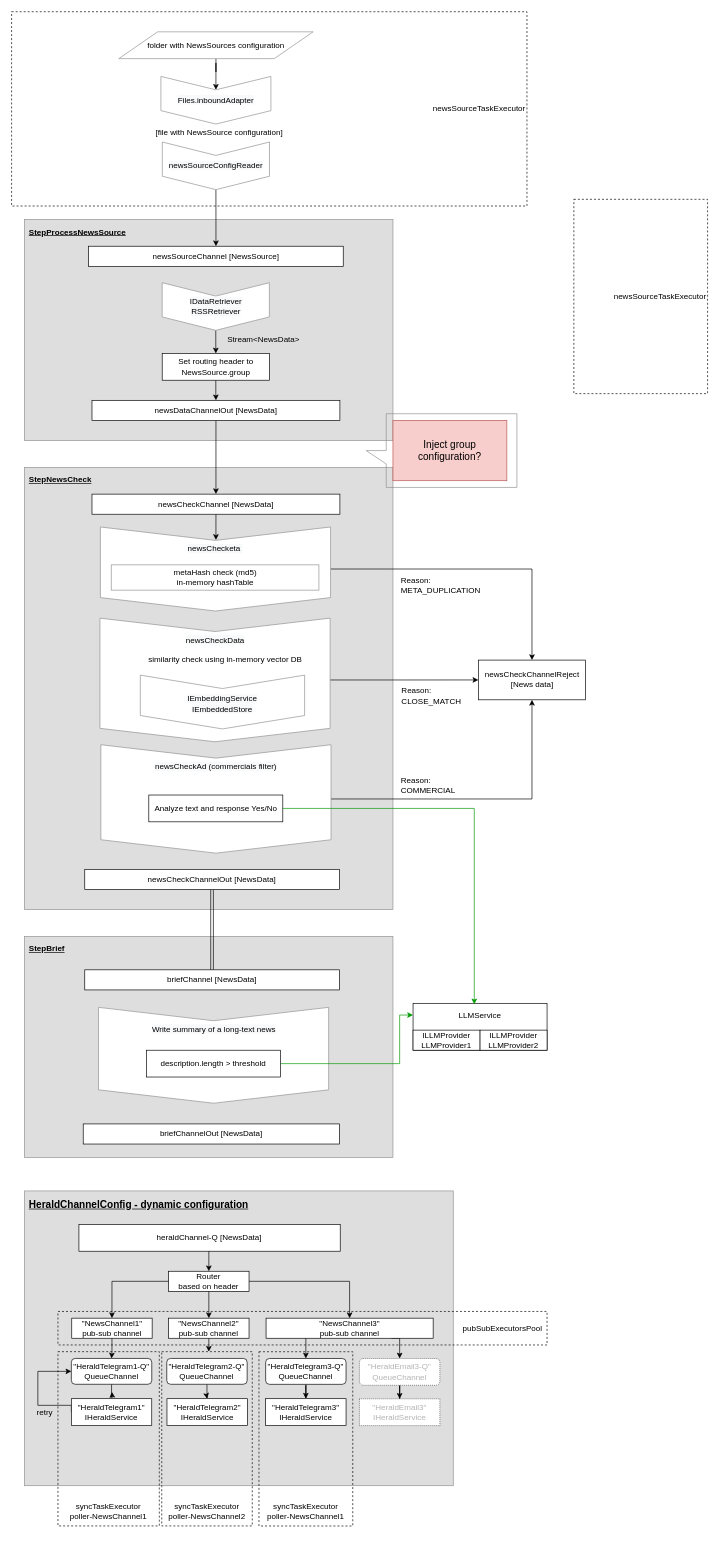
Earlier version of the draw.io diagram doc/llmka_flow_schema.drawio (Sevick/llmka). Source tidied: cells renumbered, new cells numbered last; positions are measured from the earlier drawing's top-left corner, leaving out a move shared by most shapes. Both pictures are drawn from the tidied source at 67%, with x=0, y=0 at pixel (11, 11).
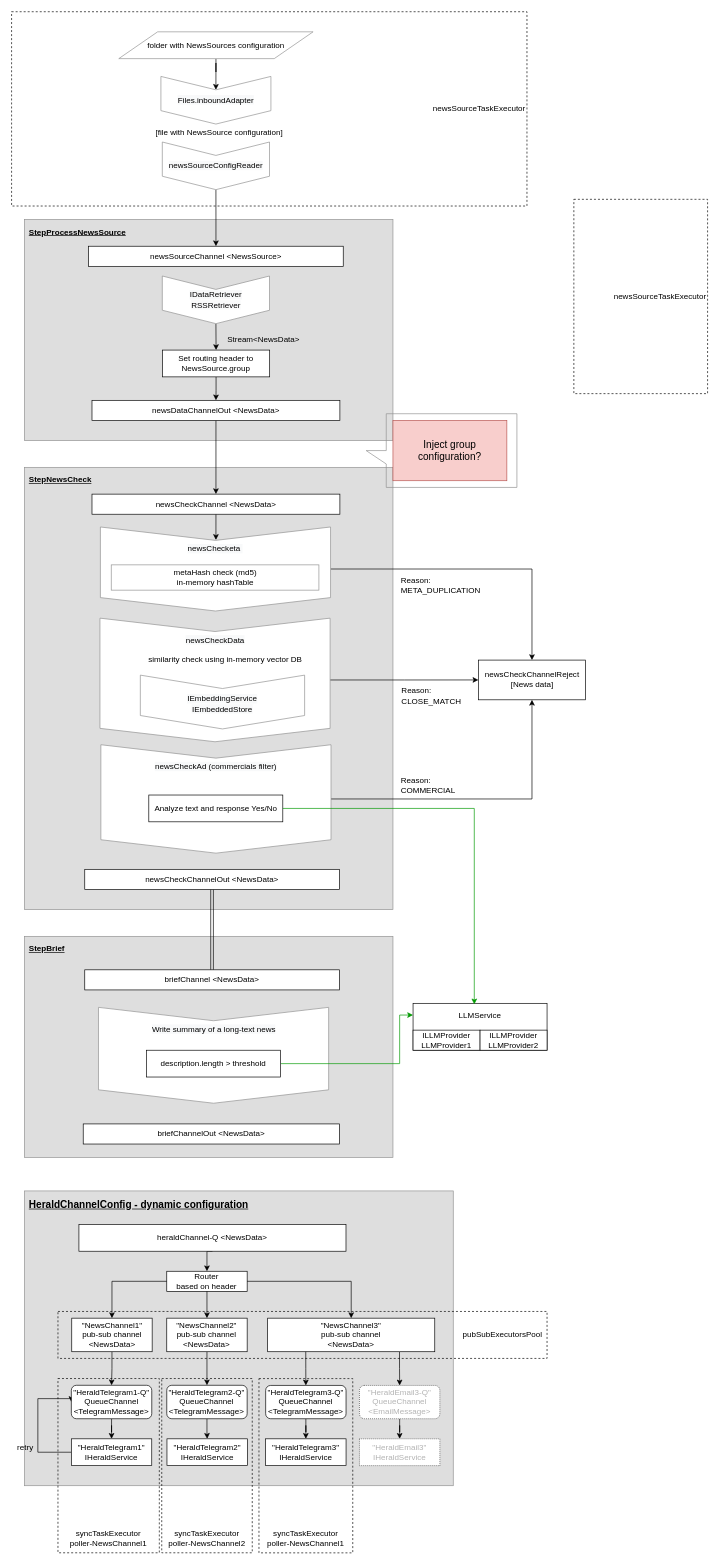
The same page after the edit.

Change to the diagram source:
```diff
@@
     <mxCell id="3" value="syncTaskExecutor&lt;br&gt;poller-NewsChannel1" style="rounded=0;whiteSpace=wrap;html=1;dashed=1;labelBackgroundColor=none;fillColor=none;fontColor=#000000;align=center;verticalAlign=bottom;spacingBottom=5;" parent="1" vertex="1">
-      <mxGeometry x="369" y="2000" width="140" height="260.1" as="geometry" />
+      <mxGeometry x="369" y="2040.1" width="140" height="260.1" as="geometry" />
     </mxCell>
     <mxCell id="4" value="syncTaskExecutor&lt;br&gt;poller-NewsChannel2" style="rounded=0;whiteSpace=wrap;html=1;dashed=1;labelBackgroundColor=none;fillColor=none;fontColor=#000000;align=center;verticalAlign=bottom;spacingBottom=5;" parent="1" vertex="1">
-      <mxGeometry x="223.9" y="1999.9" width="135.1" height="260.1" as="geometry" />
+      <mxGeometry x="223.9" y="2040" width="135.1" height="260.1" as="geometry" />
     </mxCell>
     <mxCell id="5" value="syncTaskExecutor&lt;br&gt;poller-NewsChannel1" style="rounded=0;whiteSpace=wrap;html=1;dashed=1;labelBackgroundColor=none;fillColor=none;fontColor=#000000;align=center;verticalAlign=bottom;spacingBottom=5;" parent="1" vertex="1">
-      <mxGeometry x="69" y="1999.9" width="151.3" height="260.1" as="geometry" />
+      <mxGeometry x="69" y="2040" width="151.3" height="260.1" as="geometry" />
     </mxCell>
     <mxCell id="6" value="pubSubExecutorsPool" style="rounded=0;whiteSpace=wrap;html=1;fontColor=#000000;dashed=1;align=right;spacingLeft=5;labelBackgroundColor=none;fillColor=none;spacingRight=5;" parent="1" vertex="1">
-      <mxGeometry x="69" y="1939.9" width="730" height="50" as="geometry" />
+      <mxGeometry x="69" y="1939.9" width="730" height="70.1" as="geometry" />
     </mxCell>
@@
-    <mxCell id="16" value="newsSourceChannel [NewsSource]" style="rounded=0;whiteSpace=wrap;html=1;" parent="1" vertex="1">
+    <mxCell id="16" value="newsSourceChannel &amp;lt;NewsSource&amp;gt;" style="rounded=0;whiteSpace=wrap;html=1;" parent="1" vertex="1">
       <mxGeometry x="114.8" y="350" width="380" height="30" as="geometry" />
     </mxCell>
@@
-    <mxCell id="19" value="newsDataChannelOut [NewsData]" style="rounded=0;whiteSpace=wrap;html=1;" parent="1" vertex="1">
+    <mxCell id="19" value="newsDataChannelOut &amp;lt;NewsData&amp;gt;" style="rounded=0;whiteSpace=wrap;html=1;" parent="1" vertex="1">
       <mxGeometry x="119.8" y="580" width="370" height="30" as="geometry" />
     </mxCell>
@@
-    <mxCell id="23" value="&quot;NewsChannel1&quot;&lt;br&gt;pub-sub channel" style="rounded=0;whiteSpace=wrap;html=1;" parent="1" vertex="1">
-      <mxGeometry x="89.6" y="1949.9" width="120" height="30" as="geometry" />
+    <mxCell id="23" value="&quot;NewsChannel1&quot;&lt;br&gt;pub-sub channel&lt;br&gt;&amp;lt;NewsData&amp;gt;" style="rounded=0;whiteSpace=wrap;html=1;" parent="1" vertex="1">
+      <mxGeometry x="89.6" y="1949.9" width="120" height="50.1" as="geometry" />
     </mxCell>
-    <mxCell id="24" style="edgeStyle=orthogonalEdgeStyle;rounded=0;jettySize=auto;html=1;" parent="1" edge="1" source="25">
-      <mxGeometry relative="1" as="geometry">
-        <mxPoint x="294" y="2000" as="targetPoint" />
-      </mxGeometry>
+    <mxCell id="24" style="edgeStyle=orthogonalEdgeStyle;rounded=0;jettySize=auto;html=1;entryX=0.5;entryY=0;entryDx=0;entryDy=0;" parent="1" edge="1" source="25" target="53">
+      <mxGeometry relative="1" as="geometry" />
     </mxCell>
-    <mxCell id="25" value="&quot;NewsChannel2&quot;&lt;br&gt;pub-sub channel" style="rounded=0;whiteSpace=wrap;html=1;" parent="1" vertex="1">
-      <mxGeometry x="234.2" y="1949.9" width="120" height="30" as="geometry" />
+    <mxCell id="25" value="&quot;NewsChannel2&quot;&lt;br&gt;pub-sub channel&lt;br&gt;&amp;lt;NewsData&amp;gt;" style="rounded=0;whiteSpace=wrap;html=1;" parent="1" vertex="1">
+      <mxGeometry x="231.4" y="1949.9" width="120" height="50.1" as="geometry" />
     </mxCell>
@@
-    <mxCell id="27" style="edgeStyle=orthogonalEdgeStyle;rounded=0;jettySize=auto;html=1;entryX=0.5;entryY=0;entryDx=0;entryDy=0;exitX=0.75;exitY=1;exitDx=0;exitDy=0;" parent="1" edge="1" source="28" target="77">
+    <mxCell id="27" style="edgeStyle=orthogonalEdgeStyle;rounded=0;jettySize=auto;html=1;entryX=0.5;entryY=0;entryDx=0;entryDy=0;exitX=0.789;exitY=1.007;exitDx=0;exitDy=0;exitPerimeter=0;" parent="1" edge="1" source="28" target="77">
       <mxGeometry relative="1" as="geometry" />
     </mxCell>
-    <mxCell id="28" value="&quot;NewsChannel3&quot;&lt;br&gt;pub-sub channel" style="rounded=0;whiteSpace=wrap;html=1;" parent="1" vertex="1">
-      <mxGeometry x="379.6" y="1949.9" width="249.4" height="30" as="geometry" />
+    <mxCell id="28" value="&quot;NewsChannel3&quot;&lt;br&gt;pub-sub channel&lt;br&gt;&amp;lt;NewsData&amp;gt;" style="rounded=0;whiteSpace=wrap;html=1;" parent="1" vertex="1">
+      <mxGeometry x="382" y="1949.9" width="249.4" height="50.1" as="geometry" />
     </mxCell>
     <mxCell id="29" value="Router&lt;br&gt;based on header" style="rounded=0;whiteSpace=wrap;html=1;" parent="1" vertex="1">
-      <mxGeometry x="234.2" y="1879.9" width="120" height="30" as="geometry" />
+      <mxGeometry x="231.4" y="1879.9" width="120" height="30" as="geometry" />
     </mxCell>
@@
     <mxCell id="31" value="Set routing header to NewsSource.group" style="rounded=0;whiteSpace=wrap;html=1;" parent="1" vertex="1">
-      <mxGeometry x="224.6" y="510" width="160" height="40" as="geometry" />
+      <mxGeometry x="225" y="505" width="160" height="40" as="geometry" />
     </mxCell>
     <mxCell id="32" value="&quot;HeraldTelegram2&quot;&lt;br&gt;IHeraldService" style="rounded=0;whiteSpace=wrap;html=1;" parent="1" vertex="1">
-      <mxGeometry x="231.7" y="2070.1" width="120" height="40" as="geometry" />
+      <mxGeometry x="231.7" y="2130" width="120" height="40" as="geometry" />
     </mxCell>
     <mxCell id="33" style="edgeStyle=orthogonalEdgeStyle;rounded=0;jettySize=auto;html=1;exitX=0;exitY=0.5;exitDx=0;exitDy=0;entryX=0;entryY=0.5;entryDx=0;entryDy=0;" parent="1" edge="1" source="36" target="51">
       <mxGeometry relative="1" as="geometry">
         <Array as="points">
-          <mxPoint x="89" y="2080" />
-          <mxPoint x="39" y="2080" />
-          <mxPoint x="39" y="2029" />
+          <mxPoint x="39" y="2150" />
+          <mxPoint x="39" y="2070" />
         </Array>
       </mxGeometry>
     </mxCell>
@@
     <mxCell id="35" value="&quot;HeraldTelegram3&quot;&lt;br&gt;IHeraldService&lt;br&gt;" style="rounded=0;whiteSpace=wrap;html=1;" parent="1" vertex="1">
-      <mxGeometry x="379" y="2070.1" width="120" height="40" as="geometry" />
+      <mxGeometry x="379" y="2130" width="120" height="40" as="geometry" />
     </mxCell>
     <mxCell id="36" value="&quot;HeraldTelegram1&quot;&lt;br&gt;IHeraldService&lt;br&gt;" style="rounded=0;whiteSpace=wrap;html=1;" parent="1" vertex="1">
-      <mxGeometry x="89" y="2070.1" width="120" height="40" as="geometry" />
+      <mxGeometry x="89" y="2130" width="120" height="40" as="geometry" />
     </mxCell>
@@
     <mxCell id="42" value="&lt;span style=&quot;white-space: normal ; background-color: rgb(248 , 249 , 250)&quot;&gt;IDataRetriever&lt;br&gt;RSSRetriever&lt;br&gt;&lt;/span&gt;" style="shape=step;perimeter=stepPerimeter;whiteSpace=wrap;html=1;fixedSize=1;strokeColor=#919191;rotation=90;horizontal=0;" parent="1" vertex="1">
-      <mxGeometry x="269" y="360" width="71.1" height="160" as="geometry" />
+      <mxGeometry x="269.2" y="350" width="71.1" height="160" as="geometry" />
     </mxCell>
@@
-    <mxCell id="47" value="newsCheckChannel [NewsData]" style="rounded=0;whiteSpace=wrap;html=1;" parent="1" vertex="1">
+    <mxCell id="47" value="newsCheckChannel &amp;lt;NewsData&amp;gt;" style="rounded=0;whiteSpace=wrap;html=1;" parent="1" vertex="1">
       <mxGeometry x="119.8" y="720" width="370" height="30" as="geometry" />
     </mxCell>
@@
-    <mxCell id="49" value="heraldChannel-Q [NewsData]" style="rounded=0;whiteSpace=wrap;html=1;" parent="1" vertex="1">
-      <mxGeometry x="100.3" y="1810" width="390" height="40" as="geometry" />
+    <mxCell id="49" value="heraldChannel-Q &amp;lt;NewsData&amp;gt;" style="rounded=0;whiteSpace=wrap;html=1;" parent="1" vertex="1">
+      <mxGeometry x="100.3" y="1810" width="398.6" height="40" as="geometry" />
     </mxCell>
-    <mxCell id="50" style="edgeStyle=orthogonalEdgeStyle;rounded=0;jettySize=auto;html=1;" parent="1" edge="1" source="51">
-      <mxGeometry relative="1" as="geometry">
-        <mxPoint x="149.6" y="2060" as="targetPoint" />
-      </mxGeometry>
+    <mxCell id="50" style="edgeStyle=orthogonalEdgeStyle;rounded=0;jettySize=auto;html=1;entryX=0.5;entryY=0;entryDx=0;entryDy=0;" parent="1" edge="1" source="51" target="36">
+      <mxGeometry relative="1" as="geometry" />
     </mxCell>
-    <mxCell id="51" value="&quot;HeraldTelegram1-Q&quot;&lt;br&gt;QueueChannel" style="rounded=1;whiteSpace=wrap;html=1;" parent="1" vertex="1">
-      <mxGeometry x="89" y="2010" width="120" height="38.6" as="geometry" />
+    <mxCell id="51" value="&quot;HeraldTelegram1-Q&quot;&lt;br&gt;QueueChannel&lt;br&gt;&amp;lt;TelegramMessage&amp;gt;" style="rounded=1;whiteSpace=wrap;html=1;" parent="1" vertex="1">
+      <mxGeometry x="89" y="2050.1" width="120" height="49.9" as="geometry" />
     </mxCell>
@@
-    <mxCell id="53" value="&quot;HeraldTelegram2-Q&quot;&lt;br&gt;QueueChannel" style="rounded=1;whiteSpace=wrap;html=1;" parent="1" vertex="1">
-      <mxGeometry x="231.4" y="2010" width="120" height="38.6" as="geometry" />
+    <mxCell id="53" value="&quot;HeraldTelegram2-Q&quot;&lt;br&gt;QueueChannel&lt;br&gt;&amp;lt;TelegramMessage&amp;gt;" style="rounded=1;whiteSpace=wrap;html=1;" parent="1" vertex="1">
+      <mxGeometry x="231.4" y="2050.1" width="120" height="49.9" as="geometry" />
     </mxCell>
@@
-    <mxCell id="55" value="&quot;HeraldTelegram3-Q&quot;&lt;br&gt;QueueChannel" style="rounded=1;whiteSpace=wrap;html=1;" parent="1" vertex="1">
-      <mxGeometry x="379" y="2010.1" width="120" height="38.6" as="geometry" />
+    <mxCell id="55" value="&quot;HeraldTelegram3-Q&quot;&lt;br&gt;QueueChannel&lt;br&gt;&amp;lt;TelegramMessage&amp;gt;" style="rounded=1;whiteSpace=wrap;html=1;" parent="1" vertex="1">
+      <mxGeometry x="379" y="2050.3" width="120" height="49.7" as="geometry" />
     </mxCell>
-    <mxCell id="56" value="newsCheckChannelOut [NewsData]" style="rounded=0;whiteSpace=wrap;html=1;" parent="1" vertex="1">
+    <mxCell id="56" value="newsCheckChannelOut &amp;lt;NewsData&amp;gt;" style="rounded=0;whiteSpace=wrap;html=1;" parent="1" vertex="1">
       <mxGeometry x="109" y="1280" width="380" height="30" as="geometry" />
     </mxCell>
-    <mxCell id="57" value="briefChannel [NewsData]" style="rounded=0;whiteSpace=wrap;html=1;" parent="1" vertex="1">
+    <mxCell id="57" value="briefChannel &amp;lt;NewsData&amp;gt;" style="rounded=0;whiteSpace=wrap;html=1;" parent="1" vertex="1">
       <mxGeometry x="109" y="1430" width="380" height="30" as="geometry" />
     </mxCell>
@@
-    <mxCell id="60" value="briefChannelOut [NewsData]" style="rounded=0;whiteSpace=wrap;html=1;" parent="1" vertex="1">
+    <mxCell id="60" value="briefChannelOut &amp;lt;NewsData&amp;gt;" style="rounded=0;whiteSpace=wrap;html=1;" parent="1" vertex="1">
       <mxGeometry x="106.7" y="1660" width="382.3" height="30" as="geometry" />
     </mxCell>
@@
     <mxCell id="75" value="&quot;HeraldEmail3&quot;&lt;br&gt;IHeraldService" style="rounded=0;whiteSpace=wrap;html=1;dashed=1;dashPattern=1 2;fontColor=#B3B3B3;" parent="1" vertex="1">
-      <mxGeometry x="519" y="2070.3" width="120" height="40" as="geometry" />
+      <mxGeometry x="519" y="2130" width="120" height="40" as="geometry" />
     </mxCell>
@@
-    <mxCell id="77" value="&quot;HeraldEmail3-Q&quot;&lt;br&gt;QueueChannel" style="rounded=1;whiteSpace=wrap;html=1;dashed=1;dashPattern=1 2;fontColor=#B3B3B3;" parent="1" vertex="1">
-      <mxGeometry x="519" y="2010.1" width="120" height="40" as="geometry" />
+    <mxCell id="77" value="&quot;HeraldEmail3-Q&quot;&lt;br&gt;QueueChannel&lt;br&gt;&amp;lt;EmailMessage&amp;gt;" style="rounded=1;whiteSpace=wrap;html=1;dashed=1;dashPattern=1 2;fontColor=#B3B3B3;" parent="1" vertex="1">
+      <mxGeometry x="519" y="2050.3" width="120" height="49.7" as="geometry" />
     </mxCell>
```
